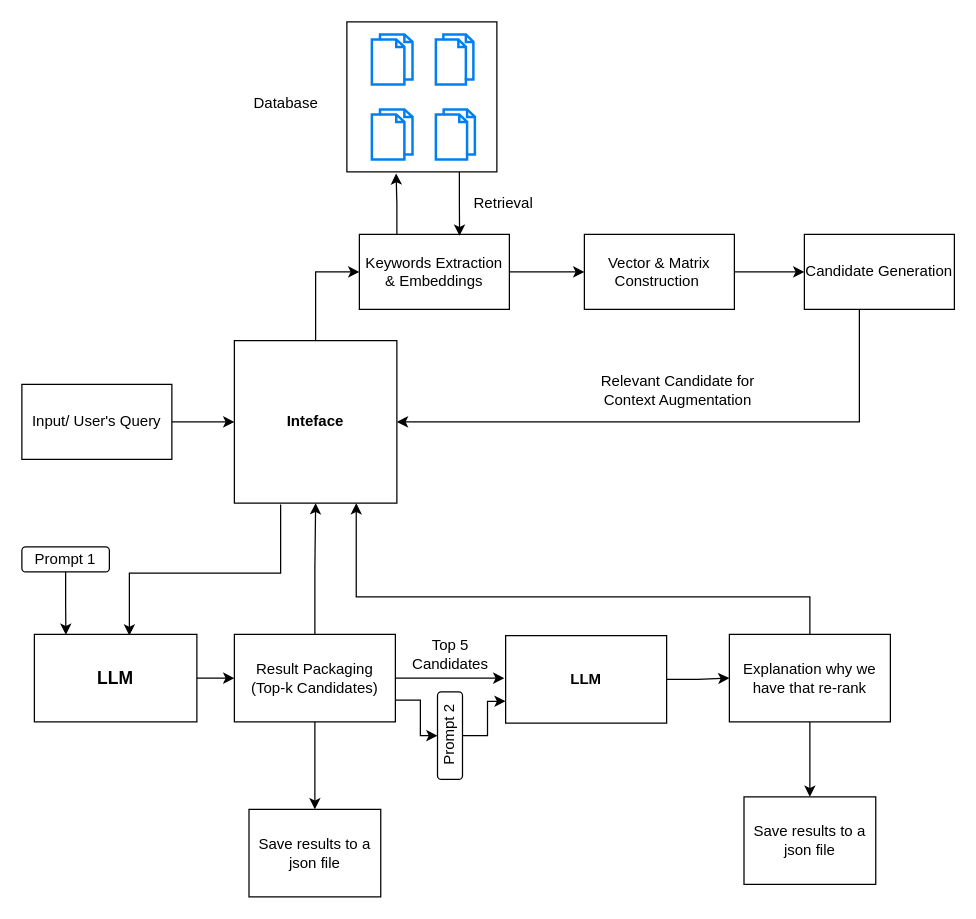
Earlier version of the draw.io diagram Baseline.drawio (Mancupfire/Retrieval_Model). Source tidied: cells renumbered, new cells numbered last; positions are measured from the earlier drawing's top-left corner, leaving out a move shared by most shapes. Both pictures are drawn from the tidied source at 125%, with x=0, y=0 at pixel (21, 21).
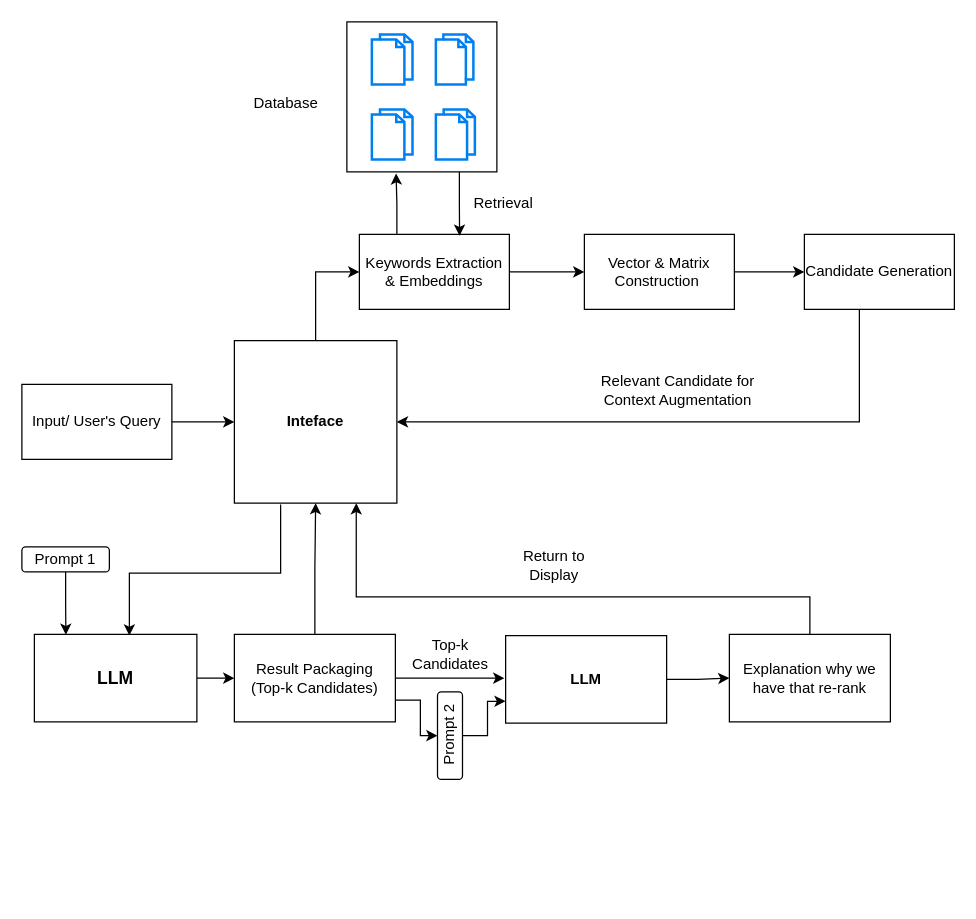
The same diagram, later.

The change refers to these unchanged cells:
```xml
<mxCell id="30" value="Result Packaging&lt;div&gt;(Top-k Candidates)&lt;/div&gt;" style="rounded=0;whiteSpace=wrap;html=1;" parent="1" vertex="1">
  <mxGeometry x="170" y="490" width="128.8" height="70" as="geometry" />
</mxCell>
<mxCell id="36" value="Explanation why we have that re-rank" style="rounded=0;whiteSpace=wrap;html=1;" parent="1" vertex="1">
  <mxGeometry x="566" y="490" width="128.8" height="70" as="geometry" />
</mxCell>
```

What changed in the source:
```diff
@@
-    <mxCell id="29" style="edgeStyle=orthogonalEdgeStyle;rounded=0;jettySize=auto;html=1;" parent="1" edge="1" source="30">
-      <mxGeometry relative="1" as="geometry">
-        <mxPoint x="234.4" y="630" as="targetPoint" />
-      </mxGeometry>
-    </mxCell>
@@
-    <mxCell id="35" style="edgeStyle=orthogonalEdgeStyle;rounded=0;jettySize=auto;html=1;entryX=0.5;entryY=0;entryDx=0;entryDy=0;" parent="1" edge="1" source="36" target="41">
-      <mxGeometry relative="1" as="geometry" />
-    </mxCell>
@@
-    <mxCell id="37" value="Top 5 Candidates" style="text;html=1;align=center;verticalAlign=middle;whiteSpace=wrap;rounded=0;" parent="1" vertex="1">
+    <mxCell id="37" value="Top-k Candidates" style="text;html=1;align=center;verticalAlign=middle;whiteSpace=wrap;rounded=0;" parent="1" vertex="1">
       <mxGeometry x="312.5" y="491" width="60" height="30" as="geometry" />
     </mxCell>
@@
-    <mxCell id="40" value="Save results to a json file" style="rounded=0;whiteSpace=wrap;html=1;" parent="1" vertex="1">
-      <mxGeometry x="181.7" y="630" width="105.4" height="70" as="geometry" />
-    </mxCell>
-    <mxCell id="41" value="Save results to a json file" style="rounded=0;whiteSpace=wrap;html=1;" parent="1" vertex="1">
-      <mxGeometry x="577.7" y="620" width="105.4" height="70" as="geometry" />
-    </mxCell>
+    <mxCell id="42" value="Return to Display" style="text;html=1;align=center;verticalAlign=middle;whiteSpace=wrap;rounded=0;" parent="1" vertex="1">
+      <mxGeometry x="396" y="420" width="60" height="30" as="geometry" />
+    </mxCell>
```
